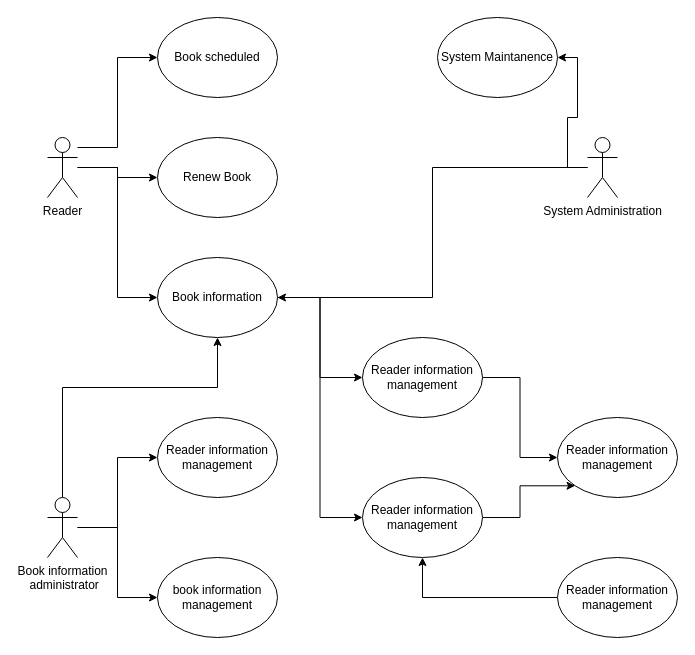
Above: page "Page-2" (2 of 2) of Untitled Diagram.drawio in Shorzinator/Practice-Programs (draw.io), before the change. Source tidied: cells renumbered, new cells numbered last; positions are measured from the earlier drawing's top-left corner, leaving out a move shared by most shapes. Both pictures are drawn from the tidied source at 100%, with x=0, y=0 at pixel (47, 17).
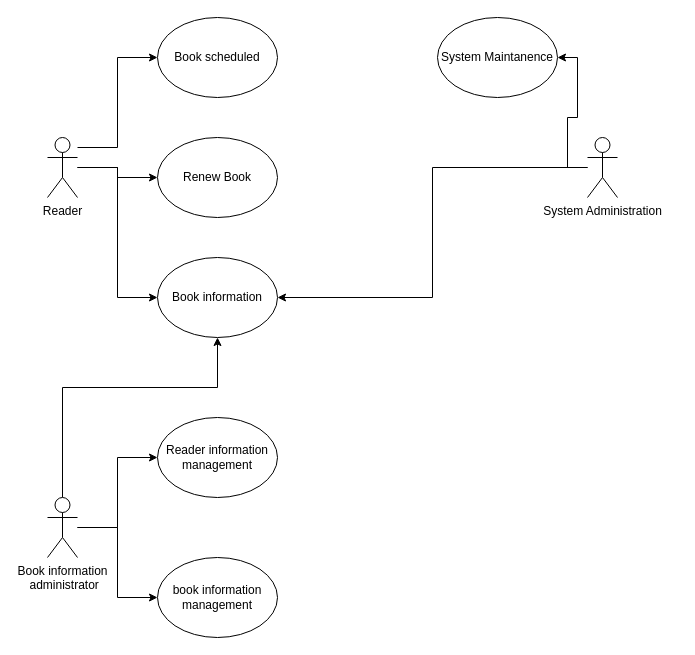
Above is the later version.

Unchanged cells that the change refers to:
```xml
<mxCell id="10" value="Book information" style="ellipse;whiteSpace=wrap;html=1;" parent="1" vertex="1">
  <mxGeometry x="110" y="240" width="120" height="80" as="geometry" />
</mxCell>
```

Change to the diagram source:
```diff
@@
-    <mxCell id="8" style="edgeStyle=orthogonalEdgeStyle;rounded=0;jettySize=auto;html=1;entryX=0;entryY=0.5;entryDx=0;entryDy=0;" parent="1" edge="1" source="10" target="25">
-      <mxGeometry relative="1" as="geometry" />
-    </mxCell>
-    <mxCell id="9" style="edgeStyle=orthogonalEdgeStyle;rounded=0;jettySize=auto;html=1;entryX=0;entryY=0.5;entryDx=0;entryDy=0;" parent="1" edge="1" source="10" target="23">
-      <mxGeometry relative="1" as="geometry" />
-    </mxCell>
@@
-    <mxCell id="21" value="Reader information management" style="ellipse;whiteSpace=wrap;html=1;" parent="1" vertex="1">
-      <mxGeometry x="510" y="400" width="120" height="80" as="geometry" />
-    </mxCell>
-    <mxCell id="22" style="edgeStyle=orthogonalEdgeStyle;rounded=0;jettySize=auto;html=1;entryX=0;entryY=1;entryDx=0;entryDy=0;" parent="1" edge="1" source="23" target="21">
-      <mxGeometry relative="1" as="geometry" />
-    </mxCell>
-    <mxCell id="23" value="Reader information management" style="ellipse;whiteSpace=wrap;html=1;" parent="1" vertex="1">
-      <mxGeometry x="315" y="460" width="120" height="80" as="geometry" />
-    </mxCell>
-    <mxCell id="24" style="edgeStyle=orthogonalEdgeStyle;rounded=0;jettySize=auto;html=1;entryX=0;entryY=0.5;entryDx=0;entryDy=0;" parent="1" edge="1" source="25" target="21">
-      <mxGeometry relative="1" as="geometry" />
-    </mxCell>
-    <mxCell id="25" value="Reader information management" style="ellipse;whiteSpace=wrap;html=1;" parent="1" vertex="1">
-      <mxGeometry x="315" y="320" width="120" height="80" as="geometry" />
-    </mxCell>
-    <mxCell id="26" style="edgeStyle=orthogonalEdgeStyle;rounded=0;jettySize=auto;html=1;entryX=0.5;entryY=1;entryDx=0;entryDy=0;" parent="1" edge="1" source="27" target="23">
-      <mxGeometry relative="1" as="geometry" />
-    </mxCell>
-    <mxCell id="27" value="Reader information management" style="ellipse;whiteSpace=wrap;html=1;" parent="1" vertex="1">
-      <mxGeometry x="510" y="540" width="120" height="80" as="geometry" />
-    </mxCell>
```
